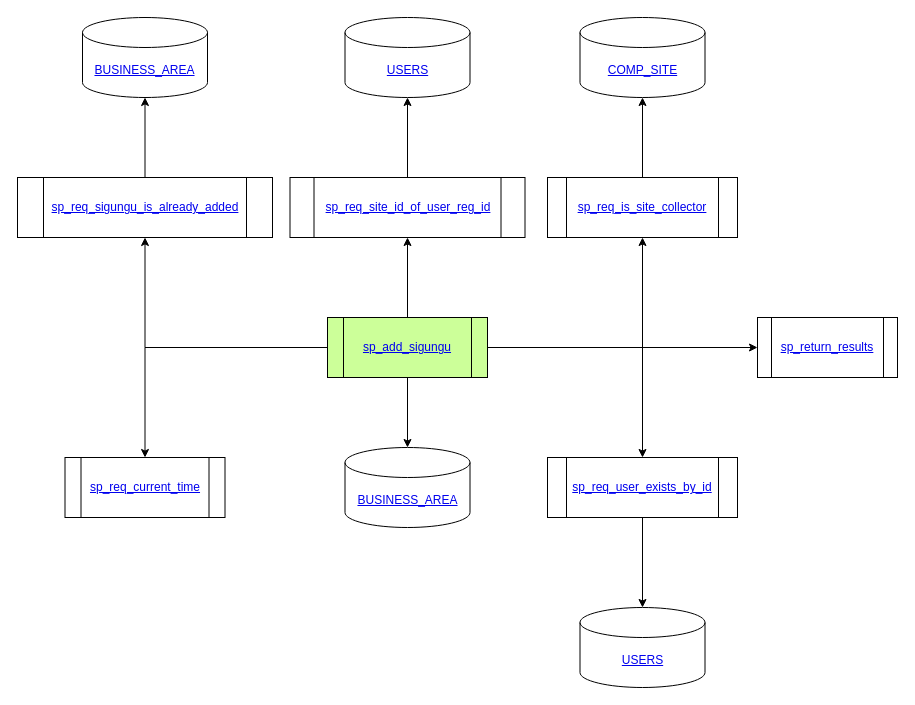
This is sp_add_sigungu.drawio from Leo-Nam/chium_draw, a draw.io file, before an edit. Source tidied: cells renumbered, new cells numbered last; positions are measured from the earlier drawing's top-left corner, leaving out a move shared by most shapes. Both pictures are drawn from the tidied source at 100%, with x=0, y=0 at pixel (17, 17).
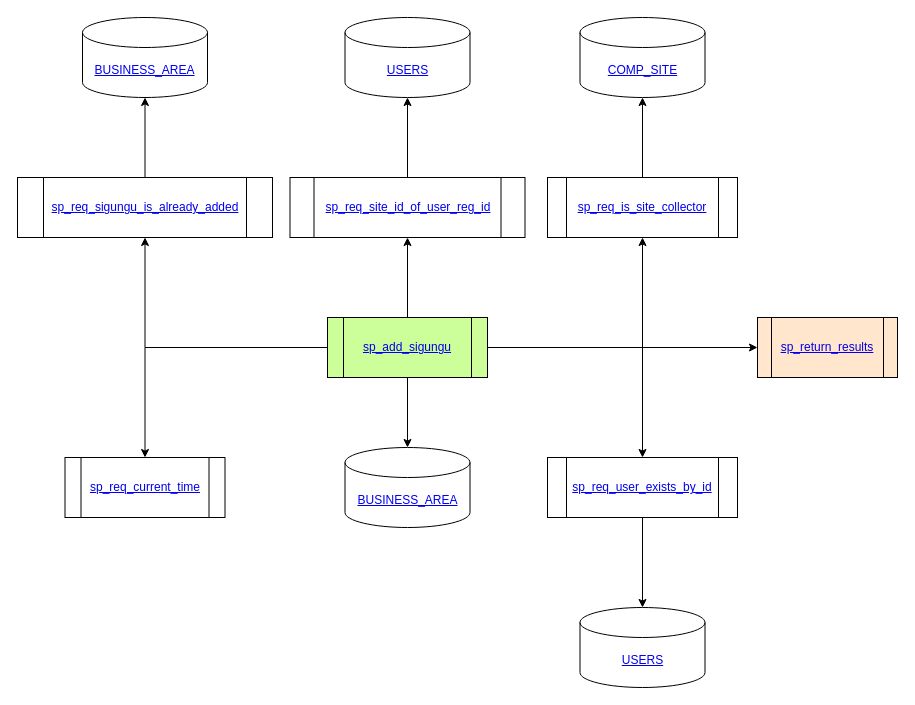
Above is the later version.

The edit, as a diff of the source:
```diff
@@
-    <mxCell id="9" value="&lt;a href=&quot;https://www.notion.so/sp_return_results-b1f5b4a13f4d4b1788f853a92adec7d1&quot;&gt;sp_return_results&lt;/a&gt;" style="shape=process;whiteSpace=wrap;html=1;backgroundOutline=1;rounded=0;" parent="1" vertex="1">
+    <mxCell id="9" value="&lt;a href=&quot;https://www.notion.so/sp_return_results-b1f5b4a13f4d4b1788f853a92adec7d1&quot;&gt;sp_return_results&lt;/a&gt;" style="shape=process;whiteSpace=wrap;html=1;backgroundOutline=1;rounded=0;fillColor=#FFE6CC;" parent="1" vertex="1">
       <mxGeometry x="740" y="300" width="140" height="60" as="geometry" />
     </mxCell>
```
